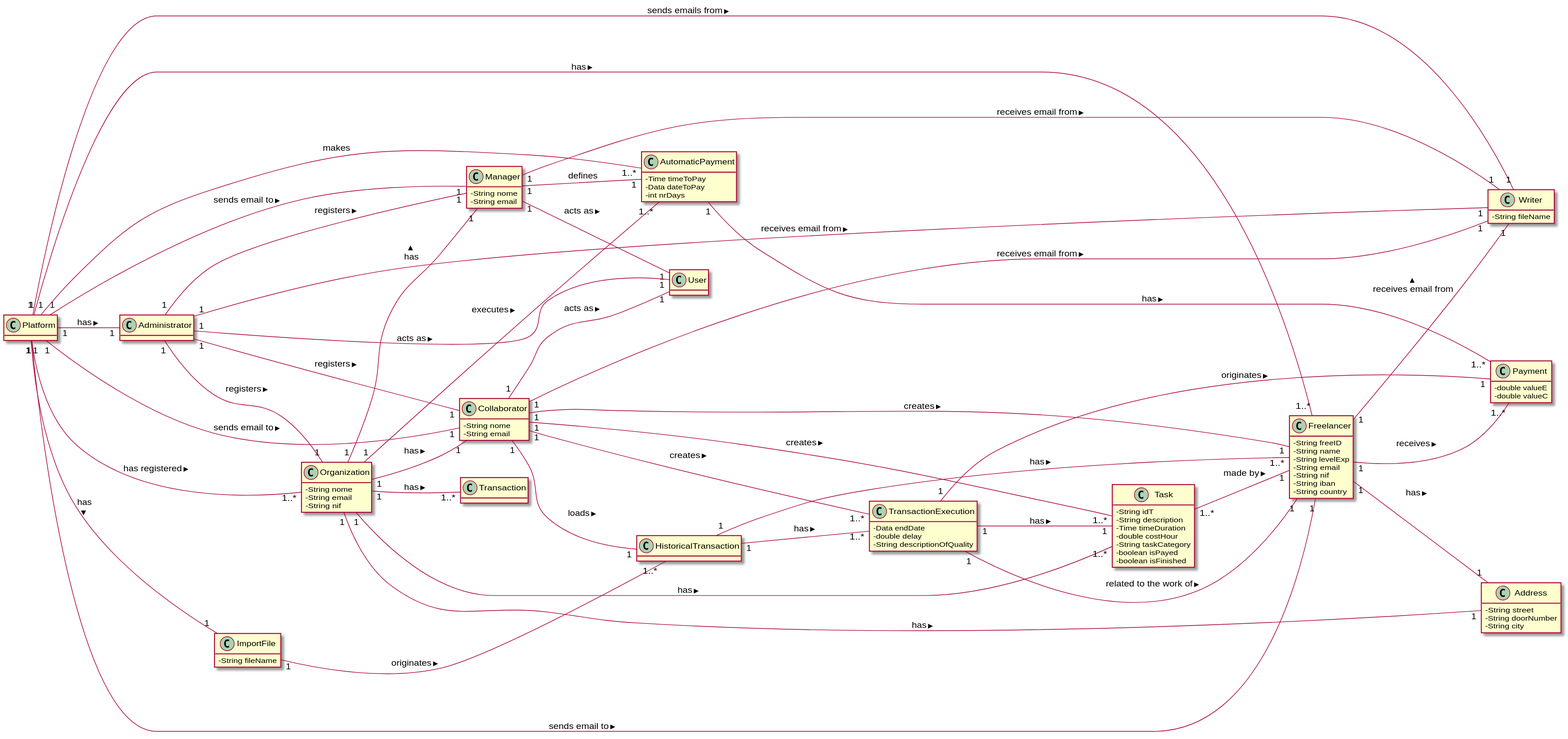
The PlantUML diagram docs/MD/LAPR2_MD.svg in 1190452/LAPR2, before a commit.
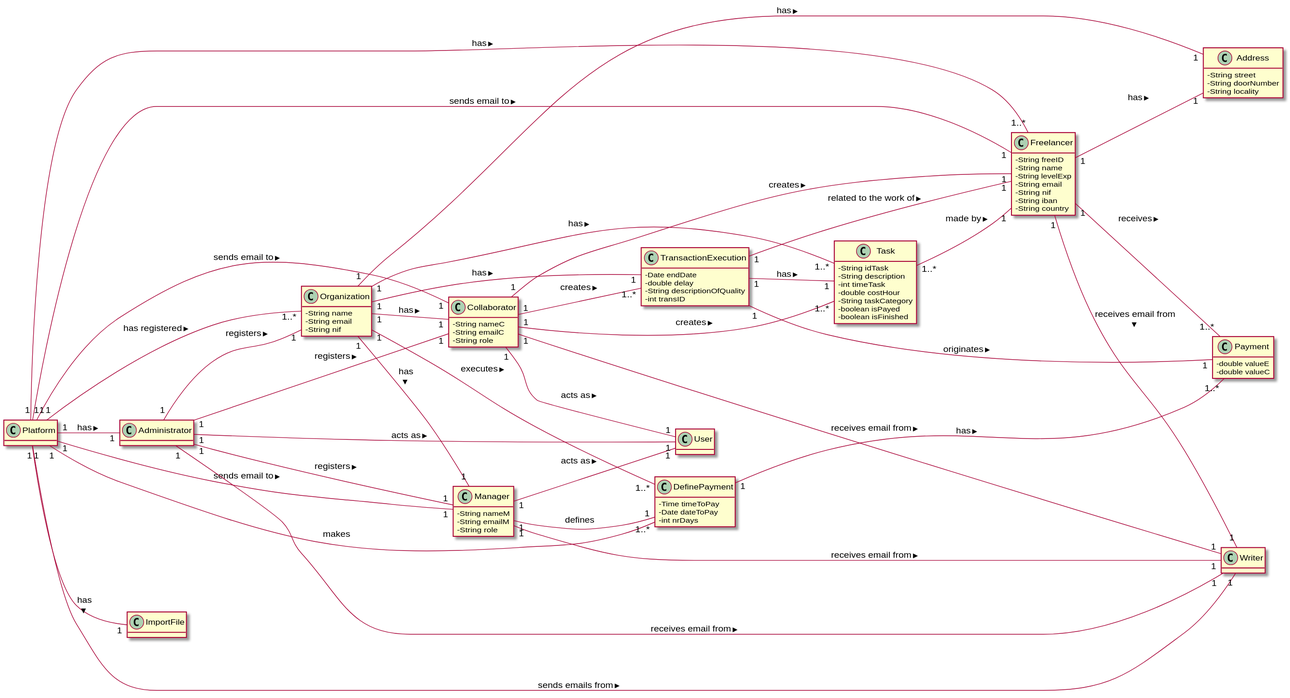
The same file after the commit.

Diff of the diagram source:
```diff
@@ -16,20 +16,21 @@
 }
 
 class Organization {
-  -String nome
+  -String name
   -String email
   -String nif
 }
 
 class Collaborator{
-  -String nome
-  -String email
+  -String nameC
+  -String emailC
+  -String role
 }
 
 class Task {
-  -String idT
+  -String idTask
   -String description
-  -Time timeDuration
+  -int timeTask
   -double costHour
   -String taskCategory
   -boolean isPayed
@@ -37,23 +38,25 @@
 }
 
 class Manager {
-  -String nome
-  -String email
+  -String nameM
+  -String emailM
+  -String role
 }
 
 class User {
 }
 
 class TransactionExecution {
-  -Data endDate
+  -Date endDate
   -double delay
   -String descriptionOfQuality
+  -int transID
 }
 
 class Address{
   -String street
   -String doorNumber
-  -String city
+  -String locality
 }
 
 class Administrator {
@@ -64,21 +67,18 @@
   -double valueC
 }
 
-class AutomaticPayment{
+class DefinePayment{
   -Time timeToPay
-  -Data dateToPay
+  -Date dateToPay
   -int nrDays
   }
 
 class ImportFile {
-  -String fileName
 }
 
-class HistoricalTransaction{
-}
+
 
 class Writer{
-  -String fileName
   }
 
 Freelancer "1" -- "1..*" Payment: receives >
@@ -95,19 +95,20 @@
 Platform "1" -- "1" Collaborator: sends email to >
 Platform "1" -- "1" Manager: sends email to >
 Platform "1" -- "1" Writer : sends emails from >
-Platform "1" -- "1..*" AutomaticPayment : makes
+Platform "1" -- "1..*" DefinePayment : makes
 Platform "1" -- "1" ImportFile: has >
 
 Organization "1" -- "1" Address: has >
 Organization "1" -- "1" Manager: has >
 Organization "1" -- "1" Collaborator: has >
 Organization "1" -- "1..*" Task: has >
-Organization "1" -- "1..*" Transaction: has >
-Organization "1" -- "1..*" AutomaticPayment: executes >
+Organization "1" -- "1..*" DefinePayment: executes >
+Organization "1" -- "1" TransactionExecution: has >
+
 
 Manager "1" -- "1" User: acts as >
 Manager "1" -- "1" Writer: receives email from >
-Manager "1" -- "1" AutomaticPayment: defines
+Manager "1" -- "1" DefinePayment: defines
 
 Administrator "1" -- "1" Organization: registers >
 Administrator "1" -- "1" User: acts as >
@@ -115,22 +116,24 @@
 Administrator "1" -- "1" Manager: registers >
 Administrator "1" -- "1" Writer: receives email from >
 
+
+
+
+
 TransactionExecution "1" -- "1" Task : has >
 TransactionExecution "1" -- "1" Freelancer: related to the work of >
 TransactionExecution "1" -- "1" Payment : originates >
 
-AutomaticPayment "1" -- "1..*" Payment: has >
+DefinePayment "1" -- "1..*" Payment: has >
 
 
-ImportFile "1" -- "1..*" HistoricalTransaction: originates >
 
-HistoricalTransaction "1" -- "1..*" TransactionExecution: has >
-HistoricalTransaction "1" -- "1..*" Freelancer: has >
+
+
 
 Collaborator "1" -- "1" Freelancer: creates >
 Collaborator "1" -- "1..*" Task: creates >
 Collaborator "1" -- "1..*" TransactionExecution: creates >
 Collaborator "1" -- "1" User: acts as >
-Collaborator "1" -- "1" HistoricalTransaction: loads >
 Collaborator "1" -- "1" Writer: receives email from >
 @enduml
```
